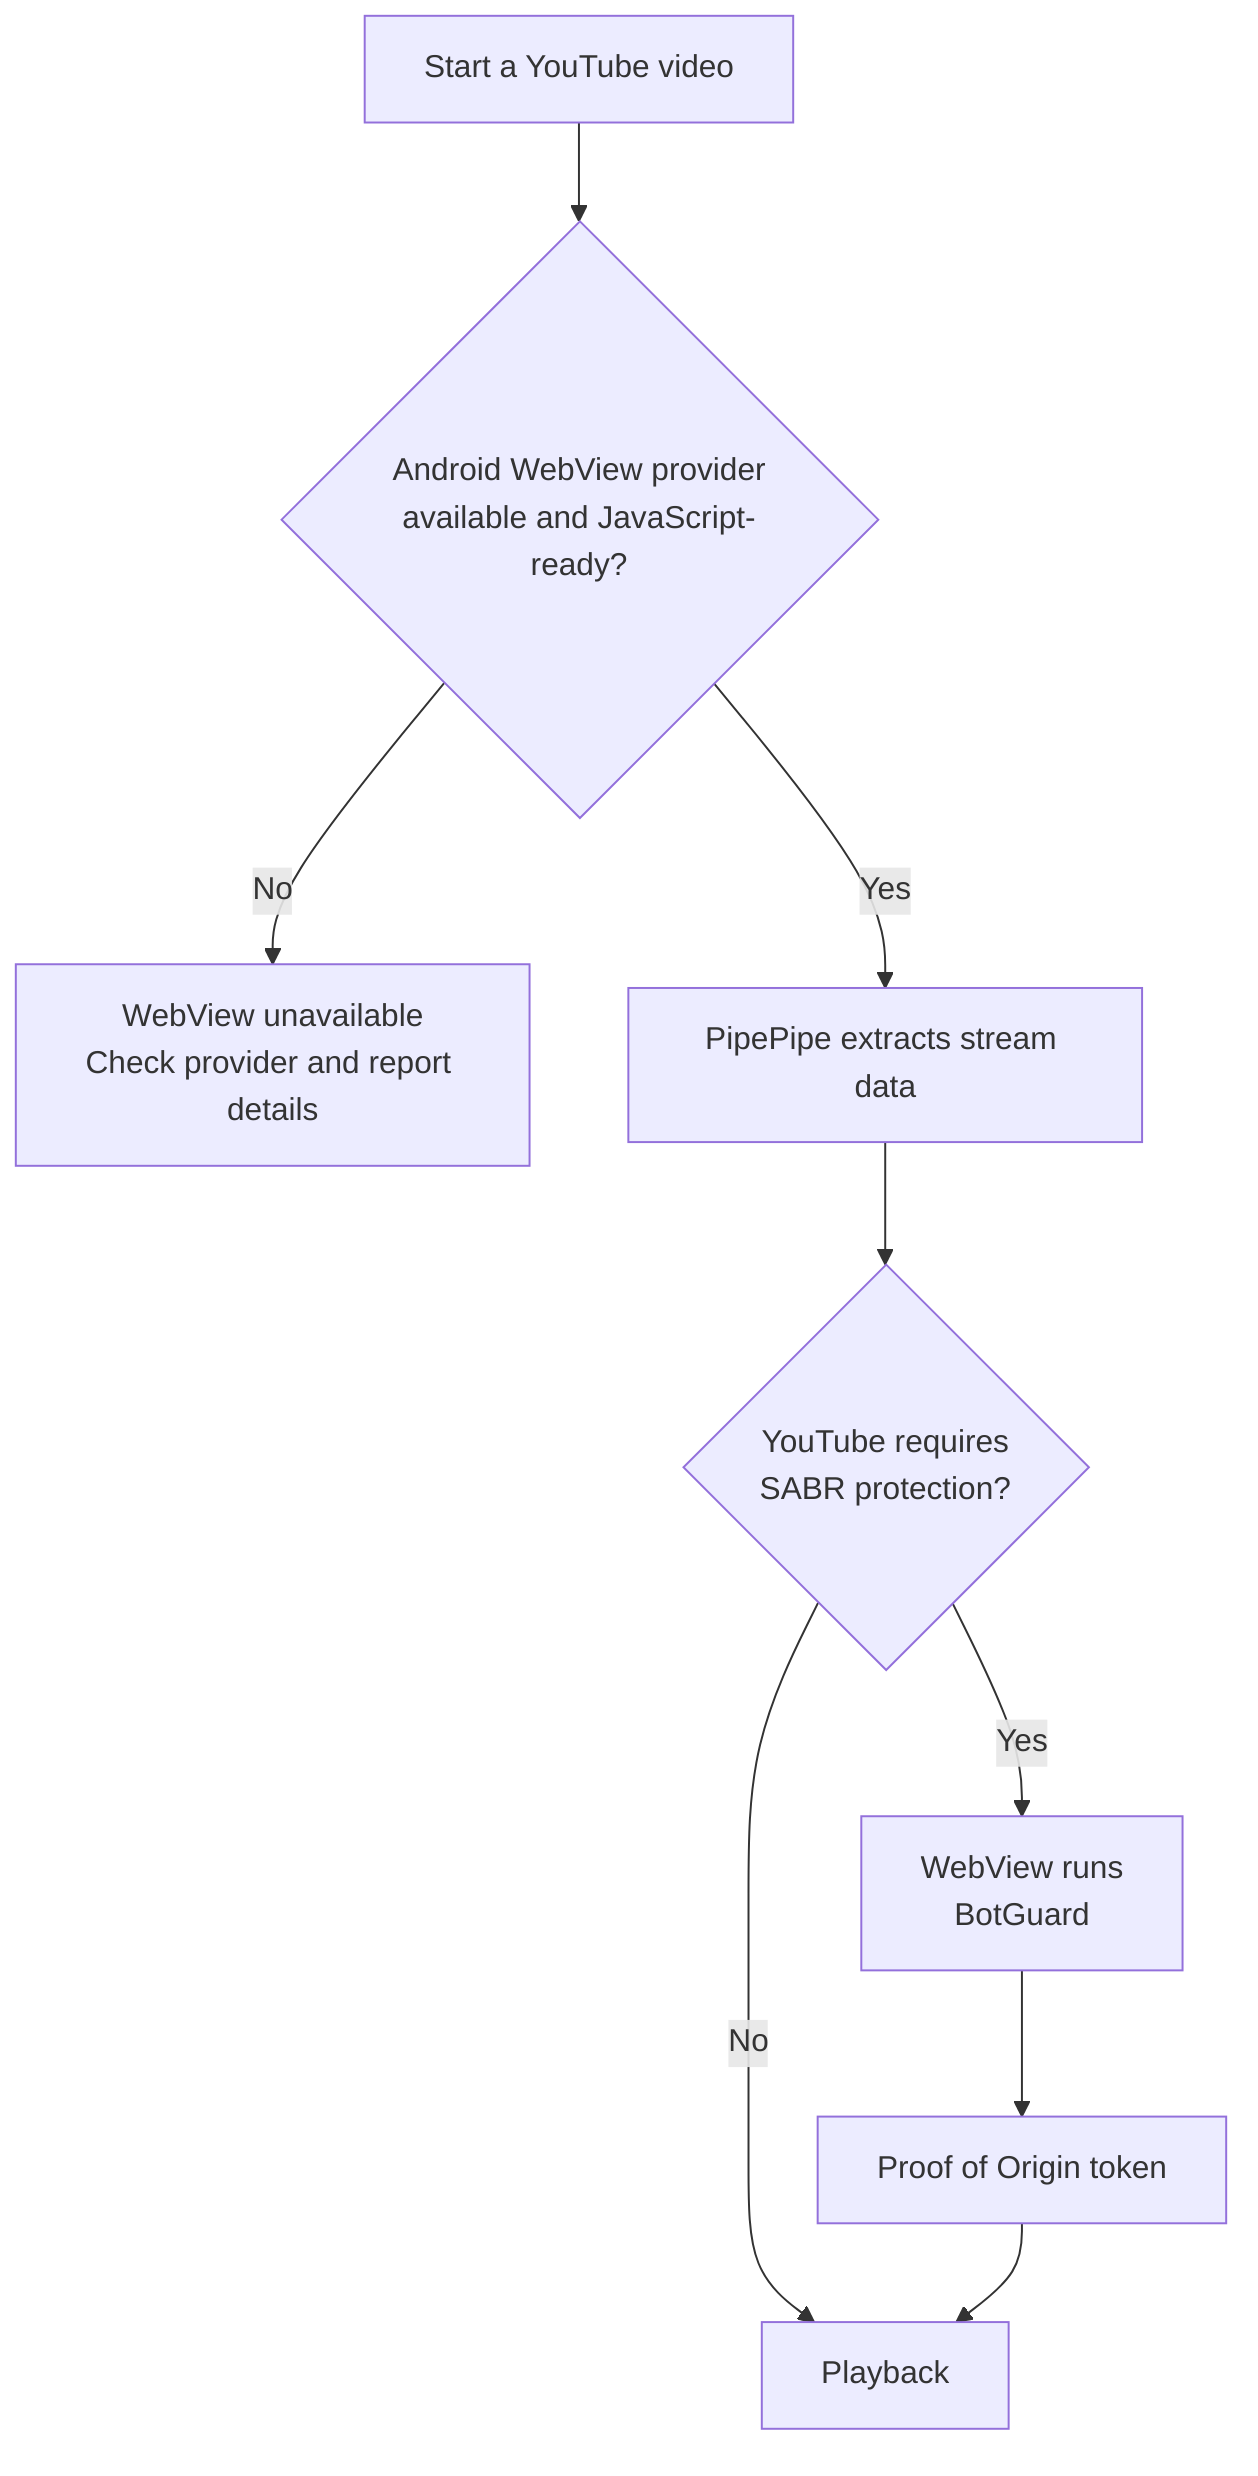
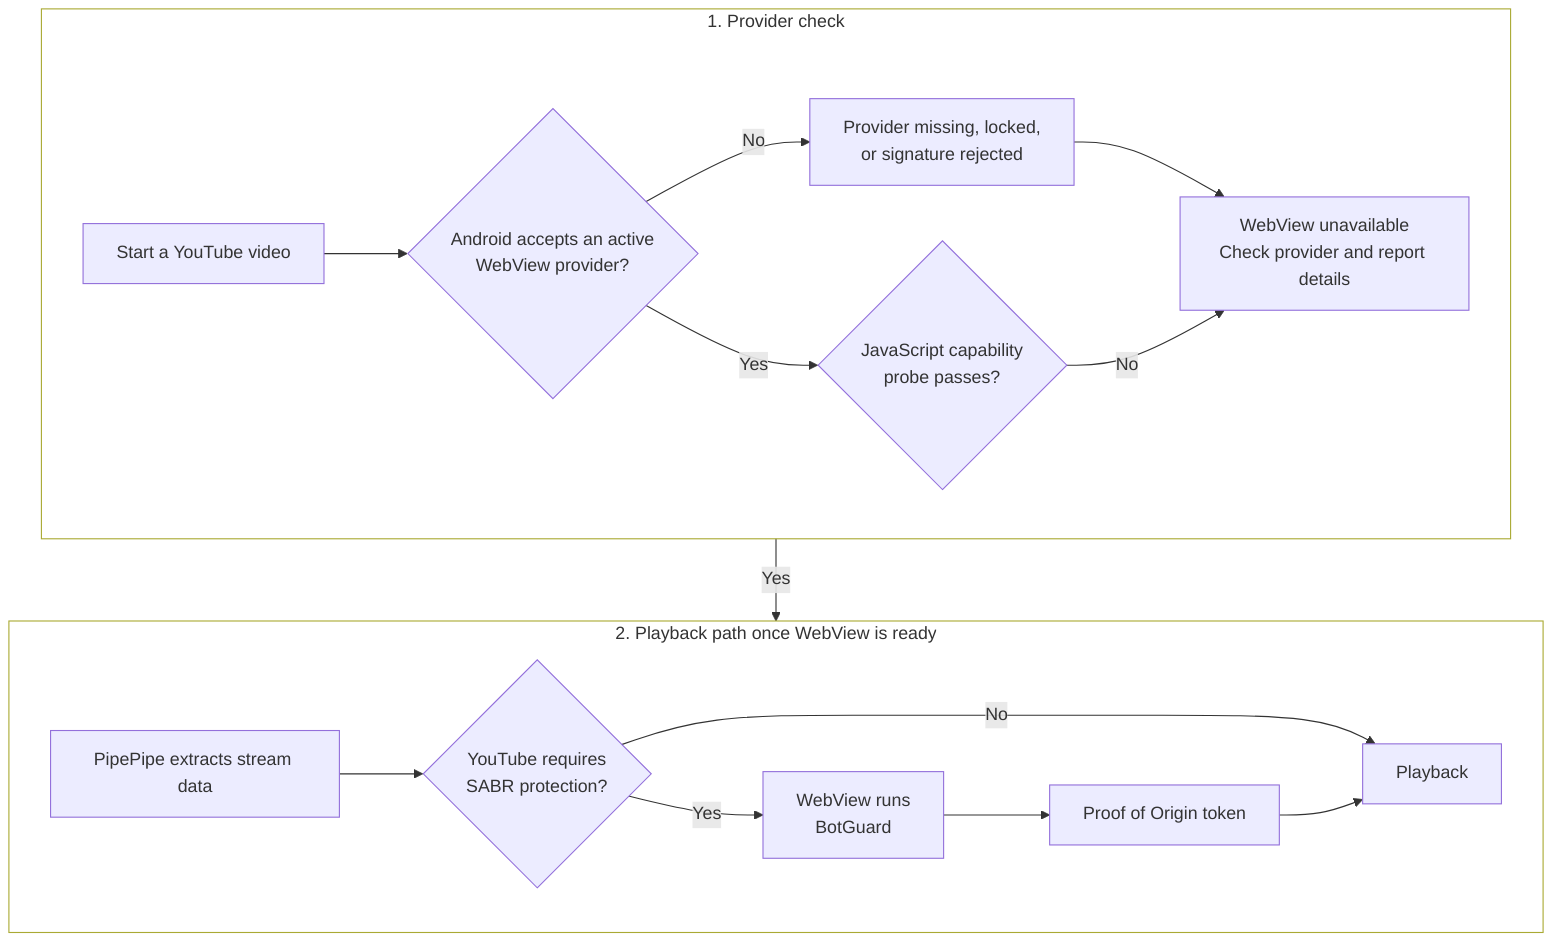
flowchart TB
-   START["Start a YouTube video"] --> CHECK{"Android WebView provider<br/>available and JavaScript-ready?"}
-   CHECK -- "No" --> ERROR["WebView unavailable<br/>Check provider and report details"]
-   CHECK -- "Yes" --> EXTRACT["PipePipe extracts stream data"]
-   EXTRACT --> SABR{"YouTube requires<br/>SABR protection?"}
-   SABR -- "No" --> PLAY["Playback"]
-   SABR -- "Yes" --> BOT["WebView runs<br/>BotGuard"]
-   BOT --> TOKEN["Proof of Origin token"]
-   TOKEN --> PLAY
+   subgraph CHECKS["1. Provider check"]
+     direction LR
+     START["Start a YouTube video"] --> PROVIDER{"Android accepts an active<br/>WebView provider?"}
+     PROVIDER -- "No" --> LOCKED["Provider missing, locked,<br/>or signature rejected"]
+     LOCKED --> ERROR["WebView unavailable<br/>Check provider and report details"]
+     PROVIDER -- "Yes" --> PROBE{"JavaScript capability<br/>probe passes?"}
+     PROBE -- "No" --> ERROR
+   end
+ 
+   PROBE -- "Yes" --> DELIVERY
+ 
+   subgraph DELIVERY["2. Playback path once WebView is ready"]
+     direction LR
+     EXTRACT["PipePipe extracts stream data"] --> SABR{"YouTube requires<br/>SABR protection?"}
+     SABR -- "No" --> PLAY["Playback"]
+     SABR -- "Yes" --> BOT["WebView runs<br/>BotGuard"]
+     BOT --> TOKEN["Proof of Origin token"]
+     TOKEN --> PLAY
+   end
+ 
+   style CHECKS fill:transparent
+   style DELIVERY fill:transparent
